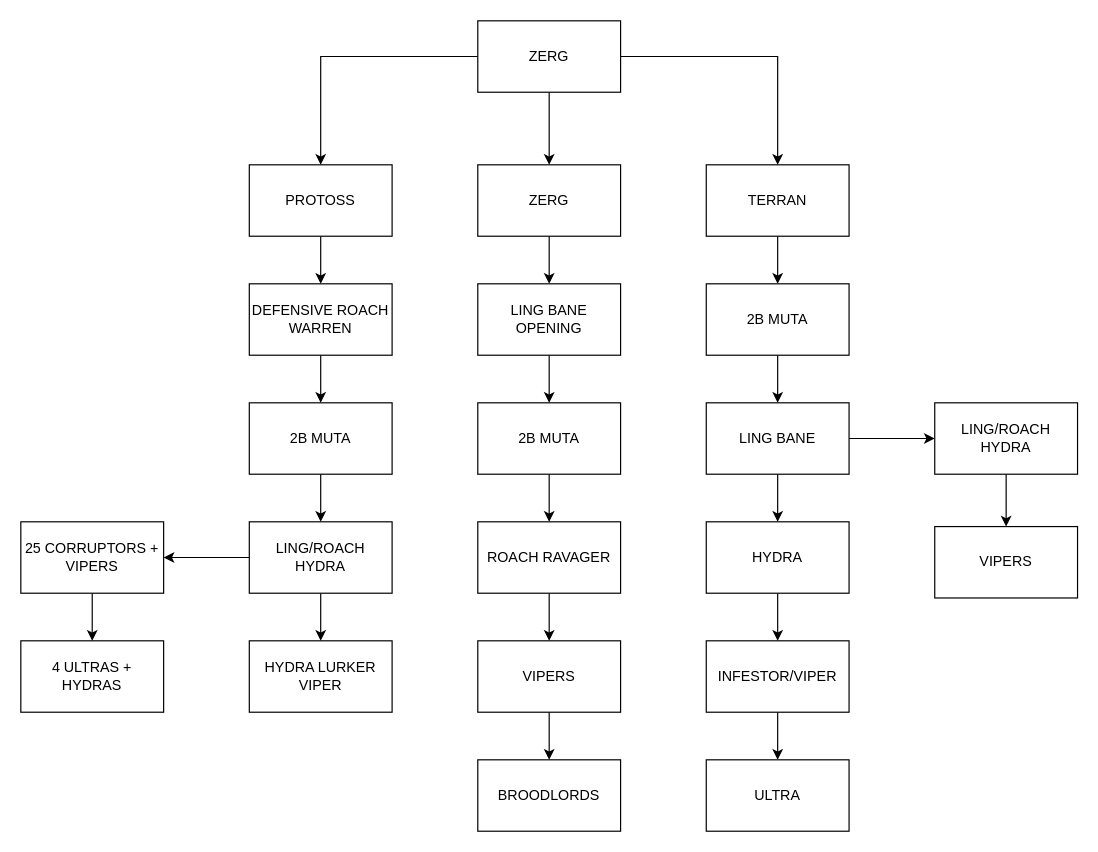
This is sc2strategy.drawio from luisphelipe/sc2strategy, a draw.io file, before an edit. Source tidied: cells renumbered, new cells numbered last; positions are measured from the earlier drawing's top-left corner, leaving out a move shared by most shapes. Both pictures are drawn from the tidied source at 119%, with x=0, y=0 at pixel (20, 20).
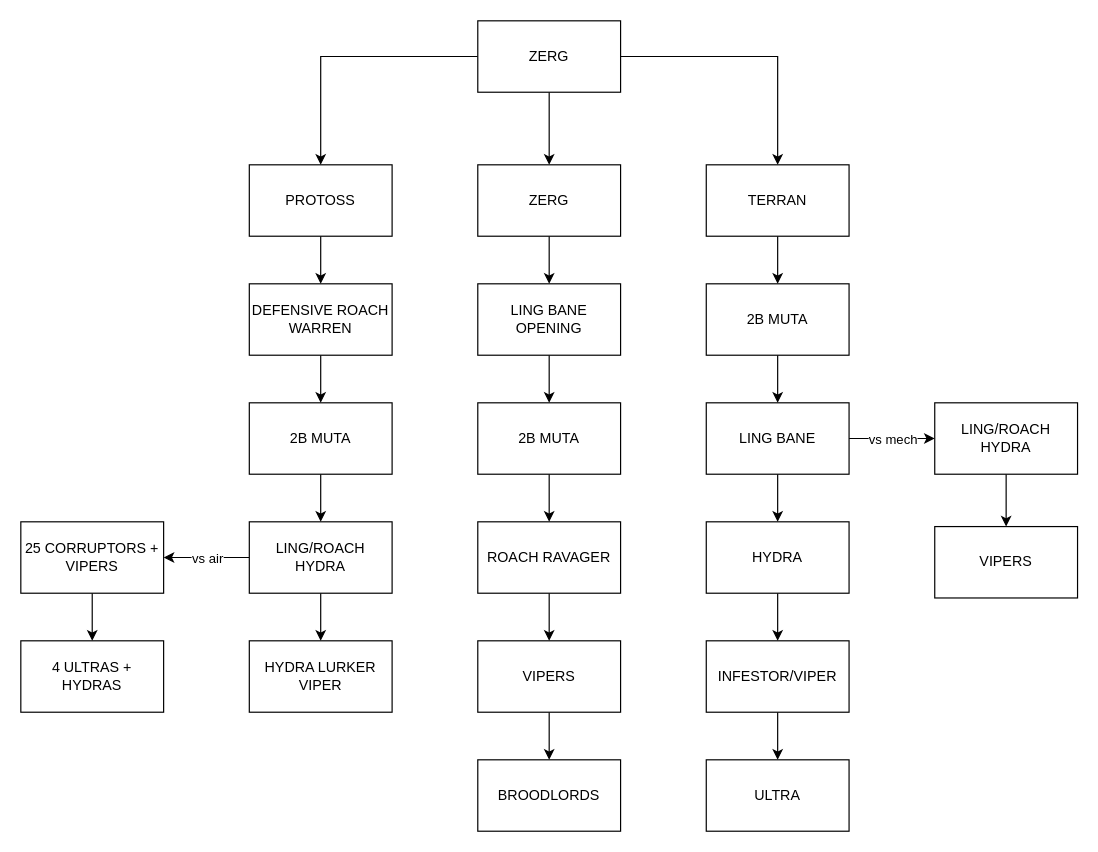
Above is the later version.

The change refers to these unchanged cells:
```xml
<mxCell id="26" style="edgeStyle=orthogonalEdgeStyle;rounded=0;jettySize=auto;html=1;" parent="1" edge="1" source="27" target="30">
  <mxGeometry relative="1" as="geometry" />
</mxCell>
<mxCell id="35" style="edgeStyle=orthogonalEdgeStyle;rounded=0;jettySize=auto;html=1;" parent="1" edge="1" source="36" target="43">
  <mxGeometry relative="1" as="geometry" />
</mxCell>
```

Diff of the diagram source:
```diff
@@
+    <mxCell id="45" value="vs air" style="edgeLabel;html=1;align=center;verticalAlign=middle;" parent="26" vertex="1">
+      <mxGeometry x="-0.31" y="1" relative="1" as="geometry">
+        <mxPoint x="-11" y="-1" as="offset" />
+      </mxGeometry>
+    </mxCell>
@@
+    <mxCell id="46" value="vs mech" style="edgeLabel;html=1;align=center;verticalAlign=middle;" parent="35" vertex="1">
+      <mxGeometry x="-0.43" y="1" relative="1" as="geometry">
+        <mxPoint x="15" y="1" as="offset" />
+      </mxGeometry>
+    </mxCell>
```
